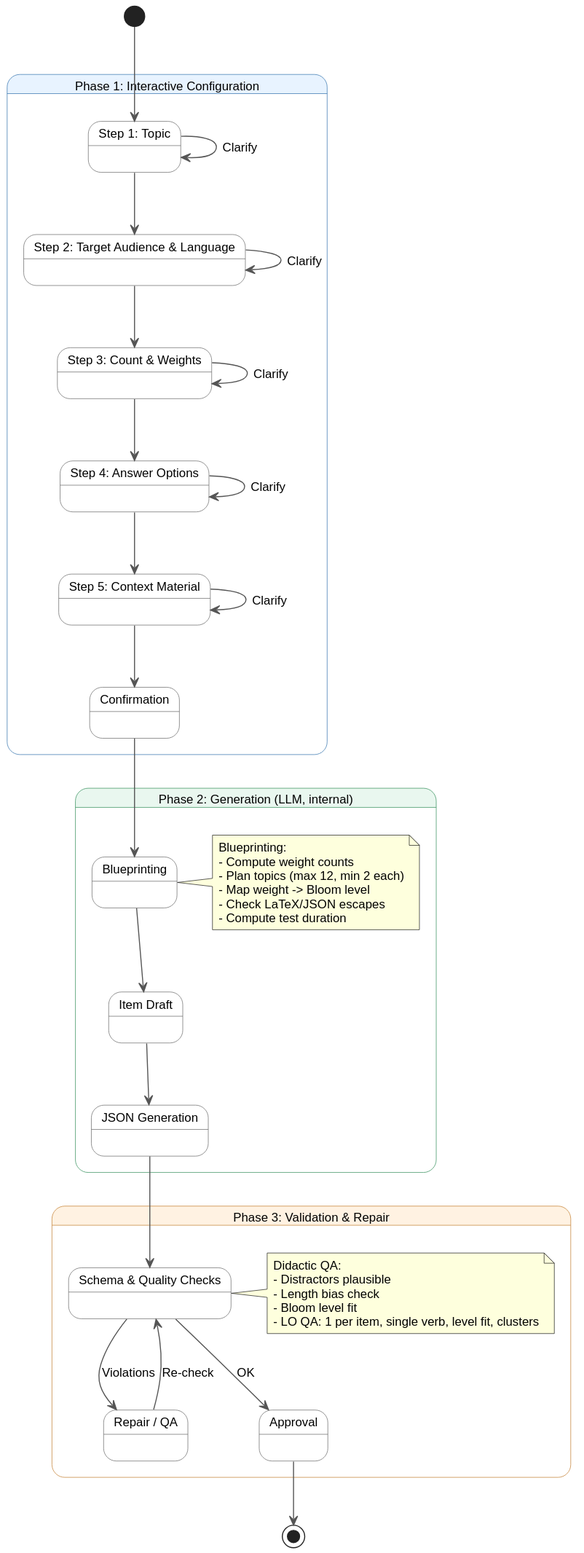
kqc-real/streamlit keeps this PlantUML diagram as docs/mc-test-paper/images/fsm_workflow_current.svg. Above is the earlier version.
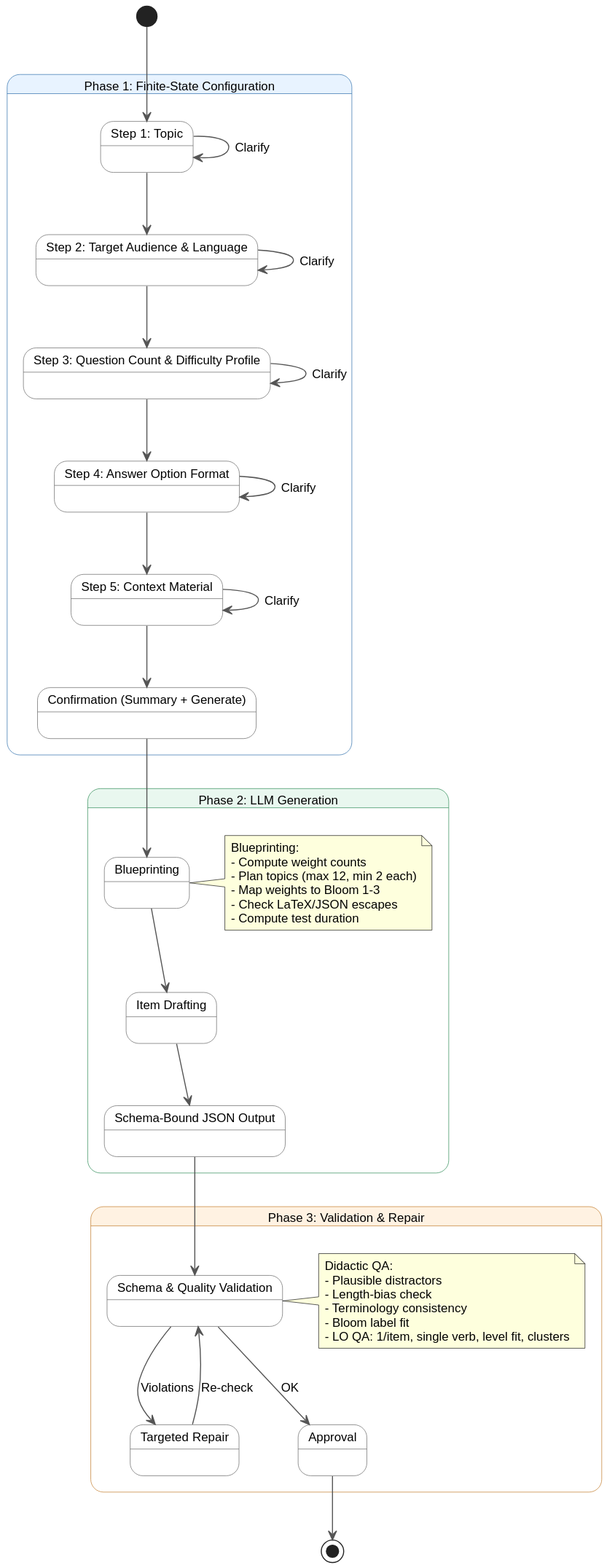
After the change.

Change to the diagram source:
```diff
@@ -10,8 +10,8 @@
   BackgroundColor white
   BorderColor #666666
   RoundCorner 10
-  MinimumWidth 170
-  MinimumHeight 45
+  MinimumWidth 200
+  MinimumHeight 42
 }
 
 skinparam state<<phase1>> {
@@ -26,13 +26,13 @@
   BackgroundColor #FFF2E2
   BorderColor #C27C2C
 }
-state "Phase 1: Interactive Configuration" as CFG <<phase1>> {
+state "Phase 1: Finite-State Configuration" as CFG <<phase1>> {
   state "Step 1: Topic" as C1
   state "Step 2: Target Audience & Language" as C2
-  state "Step 3: Count & Weights" as C3
-  state "Step 4: Answer Options" as C4
+  state "Step 3: Question Count & Difficulty Profile" as C3
+  state "Step 4: Answer Option Format" as C4
   state "Step 5: Context Material" as C5
-  state "Confirmation" as C7
+  state "Confirmation (Summary + Generate)" as C7
 
   C1 --> C2
   C2 --> C3
@@ -47,10 +47,10 @@
 
 }
 
-state "Phase 2: Generation (LLM, internal)" as GEN <<phase2>> {
+state "Phase 2: LLM Generation" as GEN <<phase2>> {
   state "Blueprinting" as G1
-  state "Item Draft" as G2
-  state "JSON Generation" as G3
+  state "Item Drafting" as G2
+  state "Schema-Bound JSON Output" as G3
   G1 --> G2
   G2 --> G3
 
@@ -58,15 +58,15 @@
     Blueprinting:
     - Compute weight counts
     - Plan topics (max 12, min 2 each)
-    - Map weight -> Bloom level
+    - Map weights to Bloom 1-3
     - Check LaTeX/JSON escapes
     - Compute test duration
   end note
 }
 
 state "Phase 3: Validation & Repair" as QA <<phase3>> {
-  state "Schema & Quality Checks" as V1
-  state "Repair / QA" as V2
+  state "Schema & Quality Validation" as V1
+  state "Targeted Repair" as V2
   state "Approval" as V3
 
   V1 --> V2 : Violations
@@ -75,10 +75,11 @@
 
   note right of V1
     Didactic QA:
-    - Distractors plausible
-    - Length bias check
-    - Bloom level fit
-    - LO QA: 1 per item, single verb, level fit, clusters
+    - Plausible distractors
+    - Length-bias check
+    - Terminology consistency
+    - Bloom label fit
+    - LO QA: 1/item, single verb, level fit, clusters
   end note
 }
 
```
